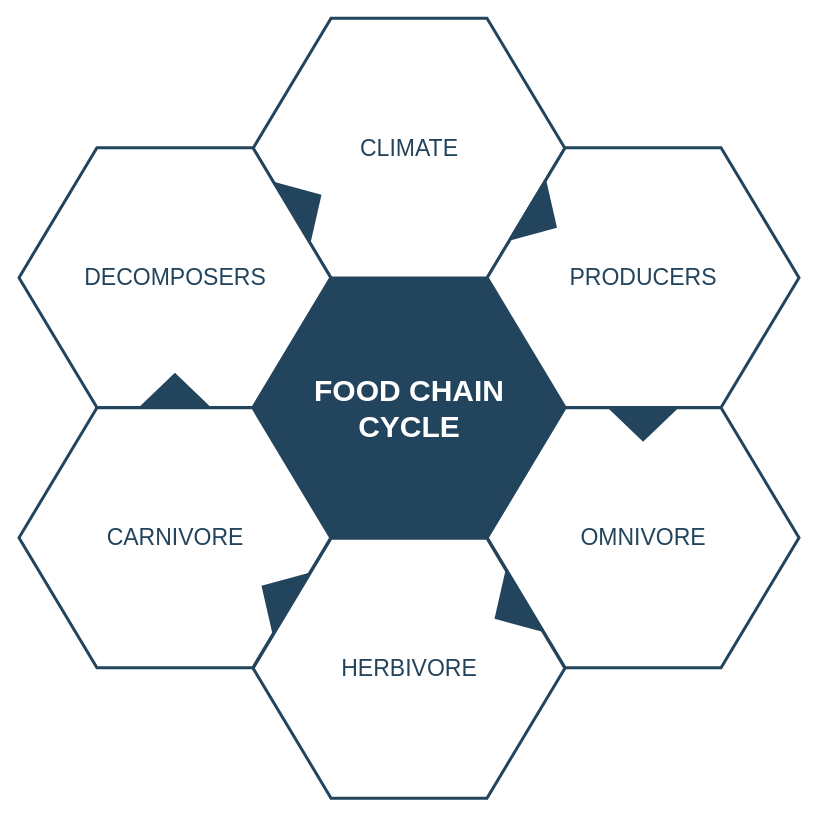
This is images/Диаграмма без названия.drawio from vlarobbyk/helloworld-pygame, a draw.io file, before an edit. Source tidied: cells renumbered, new cells numbered last; positions are measured from the earlier drawing's top-left corner, leaving out a move shared by most shapes. Both pictures are drawn from the tidied source at 100%, with x=0, y=0 at pixel (18, 18).
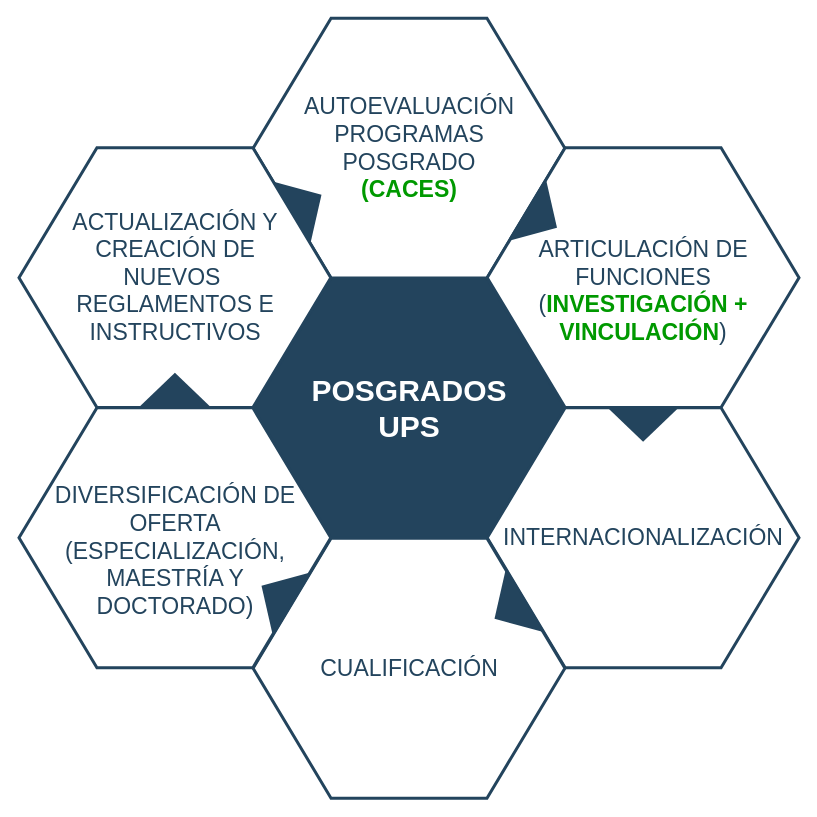
The same page after the edit.

Diff of the diagram source:
```diff
@@
 <mxGraphModel>
   <root>
     <mxCell id="0" />
     <mxCell id="1" parent="0" />
-    <mxCell id="2" value="&lt;font style=&quot;font-size: 30px&quot; color=&quot;#ffffff&quot;&gt;&lt;b&gt;&lt;span&gt;FOOD CHAIN&lt;/span&gt;&lt;br&gt;&lt;span&gt;CYCLE&lt;/span&gt;&lt;/b&gt;&lt;/font&gt;&lt;br&gt;" style="shape=hexagon;perimeter=hexagonPerimeter2;whiteSpace=wrap;html=1;shadow=0;labelBackgroundColor=none;strokeColor=#23445D;fillColor=#23445D;gradientColor=none;fontFamily=Helvetica;fontSize=23;fontColor=#23445d;align=center;strokeWidth=3;" parent="1" vertex="1">
+    <mxCell id="2" value="&lt;font color=&quot;#ffffff&quot;&gt;&lt;span style=&quot;font-size: 30px;&quot;&gt;&lt;b&gt;POSGRADOS&lt;/b&gt;&lt;/span&gt;&lt;/font&gt;&lt;div&gt;&lt;font color=&quot;#ffffff&quot;&gt;&lt;span style=&quot;font-size: 30px;&quot;&gt;&lt;b&gt;UPS&lt;/b&gt;&lt;/span&gt;&lt;/font&gt;&lt;/div&gt;" style="shape=hexagon;perimeter=hexagonPerimeter2;whiteSpace=wrap;html=1;shadow=0;labelBackgroundColor=none;strokeColor=#23445D;fillColor=#23445D;gradientColor=none;fontFamily=Helvetica;fontSize=23;fontColor=#23445d;align=center;strokeWidth=3;" parent="1" vertex="1">
       <mxGeometry x="234.6" y="259.8" width="311.8" height="259.9" as="geometry" />
     </mxCell>
     <mxCell id="3" style="triangle;whiteSpace=wrap;html=1;shadow=0;labelBackgroundColor=none;strokeColor=none;fillColor=#FFFFFF;fontFamily=Helvetica;fontSize=17;fontColor=#23445d;align=center;rotation=90;gradientColor=none;flipV=1;flipH=1;opacity=20;" parent="1" vertex="1">
       <mxGeometry x="115.5" y="277.7" width="72" height="152" as="geometry" />
     </mxCell>
-    <mxCell id="4" value="&lt;font style=&quot;font-size: 23px&quot;&gt;CLIMATE&lt;/font&gt;" style="shape=hexagon;perimeter=hexagonPerimeter2;whiteSpace=wrap;html=1;shadow=0;labelBackgroundColor=none;strokeColor=#23445D;fillColor=#ffffff;gradientColor=none;fontFamily=Helvetica;fontSize=23;fontColor=#23445D;align=center;strokeWidth=3;" parent="1" vertex="1">
+    <mxCell id="4" value="&lt;font style=&quot;font-size: 23px&quot;&gt;AUTOEVALUACIÓN&lt;/font&gt;&lt;div&gt;&lt;font style=&quot;font-size: 23px&quot;&gt;PROGRAMAS&lt;/font&gt;&lt;/div&gt;&lt;div&gt;&lt;font style=&quot;font-size: 23px&quot;&gt;POSGRADO&lt;/font&gt;&lt;/div&gt;&lt;div&gt;&lt;font style=&quot;font-size: 23px;&quot;&gt;&lt;b style=&quot;&quot;&gt;&lt;font style=&quot;color: light-dark(rgb(0, 153, 0), rgb(237, 237, 237));&quot;&gt;(CACES)&lt;/font&gt;&lt;/b&gt;&lt;/font&gt;&lt;/div&gt;" style="shape=hexagon;perimeter=hexagonPerimeter2;whiteSpace=wrap;html=1;shadow=0;labelBackgroundColor=none;strokeColor=#23445D;fillColor=#ffffff;gradientColor=none;fontFamily=Helvetica;fontSize=23;fontColor=#23445D;align=center;strokeWidth=3;" parent="1" vertex="1">
       <mxGeometry x="234.6" y="-0.3" width="311.8" height="259.9" as="geometry" />
     </mxCell>
-    <mxCell id="5" value="&lt;font style=&quot;font-size: 23px&quot;&gt;PRODUCERS&lt;/font&gt;" style="shape=hexagon;perimeter=hexagonPerimeter2;whiteSpace=wrap;html=1;shadow=0;labelBackgroundColor=none;strokeColor=#23445D;fillColor=#FFFFFF;gradientColor=none;fontFamily=Helvetica;fontSize=23;fontColor=#23445d;align=center;strokeWidth=3;" parent="1" vertex="1">
+    <mxCell id="5" value="&lt;div&gt;&lt;font style=&quot;font-size: 23px&quot;&gt;&lt;br&gt;&lt;/font&gt;&lt;/div&gt;&lt;font style=&quot;font-size: 23px&quot;&gt;ARTICULACIÓN DE&lt;/font&gt;&lt;div&gt;&lt;font style=&quot;font-size: 23px&quot;&gt;FUNCIONES&lt;/font&gt;&lt;/div&gt;&lt;div&gt;&lt;font style=&quot;font-size: 23px&quot;&gt;(&lt;font style=&quot;color: rgb(0, 153, 0);&quot;&gt;&lt;b&gt;INVESTIGACIÓN +&lt;/b&gt;&lt;/font&gt;&lt;/font&gt;&lt;/div&gt;&lt;div&gt;&lt;font style=&quot;font-size: 23px&quot;&gt;&lt;font style=&quot;color: rgb(0, 153, 0);&quot;&gt;&lt;b&gt;VINCULACIÓN&lt;/b&gt;&lt;/font&gt;)&lt;/font&gt;&lt;/div&gt;" style="shape=hexagon;perimeter=hexagonPerimeter2;whiteSpace=wrap;html=1;shadow=0;labelBackgroundColor=none;strokeColor=#23445D;fillColor=#FFFFFF;gradientColor=none;fontFamily=Helvetica;fontSize=23;fontColor=#23445d;align=center;strokeWidth=3;" parent="1" vertex="1">
       <mxGeometry x="468.7" y="129.2" width="311.8" height="259.9" as="geometry" />
     </mxCell>
-    <mxCell id="6" value="&lt;font style=&quot;font-size: 23px&quot;&gt;OMNIVORE&lt;/font&gt;" style="shape=hexagon;perimeter=hexagonPerimeter2;whiteSpace=wrap;html=1;shadow=0;labelBackgroundColor=none;strokeColor=#23445D;fillColor=#FFFFFF;gradientColor=none;fontFamily=Helvetica;fontSize=23;fontColor=#23445d;align=center;strokeWidth=3;" parent="1" vertex="1">
+    <mxCell id="6" value="&lt;font style=&quot;font-size: 23px&quot;&gt;INTERNACIONALIZACIÓN&lt;/font&gt;" style="shape=hexagon;perimeter=hexagonPerimeter2;whiteSpace=wrap;html=1;shadow=0;labelBackgroundColor=none;strokeColor=#23445D;fillColor=#FFFFFF;gradientColor=none;fontFamily=Helvetica;fontSize=23;fontColor=#23445d;align=center;strokeWidth=3;" parent="1" vertex="1">
       <mxGeometry x="468.7" y="389.3" width="311.8" height="259.9" as="geometry" />
     </mxCell>
-    <mxCell id="7" value="&lt;font style=&quot;font-size: 23px&quot;&gt;HERBIVORE&lt;/font&gt;" style="shape=hexagon;perimeter=hexagonPerimeter2;whiteSpace=wrap;html=1;shadow=0;labelBackgroundColor=none;strokeColor=#23445D;fillColor=#FFFFFF;gradientColor=none;fontFamily=Helvetica;fontSize=23;fontColor=#23445d;align=center;strokeWidth=3;" parent="1" vertex="1">
+    <mxCell id="7" value="&lt;font style=&quot;font-size: 23px&quot;&gt;CUALIFICACIÓN&lt;/font&gt;" style="shape=hexagon;perimeter=hexagonPerimeter2;whiteSpace=wrap;html=1;shadow=0;labelBackgroundColor=none;strokeColor=#23445D;fillColor=#FFFFFF;gradientColor=none;fontFamily=Helvetica;fontSize=23;fontColor=#23445d;align=center;strokeWidth=3;" parent="1" vertex="1">
       <mxGeometry x="234.6" y="519.8" width="311.8" height="259.9" as="geometry" />
     </mxCell>
-    <mxCell id="8" value="&lt;font style=&quot;font-size: 23px&quot;&gt;CARNIVORE&lt;/font&gt;" style="shape=hexagon;perimeter=hexagonPerimeter2;whiteSpace=wrap;html=1;shadow=0;labelBackgroundColor=none;strokeColor=#23445D;fillColor=#FFFFFF;gradientColor=none;fontFamily=Helvetica;fontSize=23;fontColor=#23445d;align=center;strokeWidth=3;" parent="1" vertex="1">
+    <mxCell id="8" value="&lt;div&gt;&lt;br&gt;&lt;/div&gt;DIVERSIFICACIÓN DE&lt;div&gt;OFERTA&lt;/div&gt;&lt;div&gt;(ESPECIALIZACIÓN,&lt;/div&gt;&lt;div&gt;MAESTRÍA Y&lt;/div&gt;&lt;div&gt;DOCTORADO)&lt;/div&gt;" style="shape=hexagon;perimeter=hexagonPerimeter2;whiteSpace=wrap;html=1;shadow=0;labelBackgroundColor=none;strokeColor=#23445D;fillColor=#FFFFFF;gradientColor=none;fontFamily=Helvetica;fontSize=23;fontColor=#23445d;align=center;strokeWidth=3;" parent="1" vertex="1">
       <mxGeometry x="0.5" y="389.3" width="311.8" height="259.9" as="geometry" />
     </mxCell>
-    <mxCell id="9" value="&lt;font style=&quot;font-size: 23px;&quot;&gt;DECOMPOSERS&lt;/font&gt;" style="shape=hexagon;perimeter=hexagonPerimeter2;whiteSpace=wrap;html=1;shadow=0;labelBackgroundColor=none;strokeColor=#23445D;fillColor=#ffffff;gradientColor=none;fontFamily=Helvetica;fontSize=23;fontColor=#23445D;align=center;strokeWidth=3;" parent="1" vertex="1">
+    <mxCell id="9" value="ACTUALIZACIÓN Y&lt;div&gt;CREACIÓN DE&lt;/div&gt;&lt;div&gt;NUEVOS&amp;nbsp;&lt;/div&gt;&lt;div&gt;REGLAMENTOS E&lt;/div&gt;&lt;div&gt;INSTRUCTIVOS&lt;/div&gt;" style="shape=hexagon;perimeter=hexagonPerimeter2;whiteSpace=wrap;html=1;shadow=0;labelBackgroundColor=none;strokeColor=#23445D;fillColor=#ffffff;gradientColor=none;fontFamily=Helvetica;fontSize=23;fontColor=#23445D;align=center;strokeWidth=3;" parent="1" vertex="1">
       <mxGeometry x="0.5" y="129.2" width="311.8" height="259.9" as="geometry" />
     </mxCell>
     <mxCell id="10" style="triangle;whiteSpace=wrap;html=1;shadow=0;labelBackgroundColor=none;strokeColor=none;fillColor=#23445D;fontFamily=Helvetica;fontSize=17;fontColor=#23445d;align=center;rotation=31;gradientColor=none;strokeWidth=3;" parent="1" vertex="1">
       <mxGeometry x="506" y="163.7" width="35" height="73" as="geometry" />
     </mxCell>
     <mxCell id="11" style="triangle;whiteSpace=wrap;html=1;shadow=0;labelBackgroundColor=none;strokeColor=none;fillColor=#23445D;fontFamily=Helvetica;fontSize=17;fontColor=#23445d;align=center;rotation=31;gradientColor=none;flipH=1;strokeWidth=3;" parent="1" vertex="1">
       <mxGeometry x="240.5" y="539.7" width="35" height="73" as="geometry" />
     </mxCell>
     <mxCell id="12" style="triangle;whiteSpace=wrap;html=1;shadow=0;labelBackgroundColor=none;strokeColor=none;fillColor=#23445D;fontFamily=Helvetica;fontSize=17;fontColor=#23445d;align=center;rotation=329;gradientColor=none;strokeWidth=3;" parent="1" vertex="1">
       <mxGeometry x="270.5" y="148.7" width="35" height="73" as="geometry" />
     </mxCell>
     <mxCell id="13" style="triangle;whiteSpace=wrap;html=1;shadow=0;labelBackgroundColor=none;strokeColor=none;fillColor=#23445D;fontFamily=Helvetica;fontSize=17;fontColor=#23445d;align=center;rotation=329;gradientColor=none;flipH=1;strokeWidth=3;" parent="1" vertex="1">
       <mxGeometry x="473.5" y="554.7" width="35" height="73" as="geometry" />
     </mxCell>
     <mxCell id="14" style="triangle;whiteSpace=wrap;html=1;shadow=0;labelBackgroundColor=none;strokeColor=none;fillColor=#23445D;fontFamily=Helvetica;fontSize=17;fontColor=#23445d;align=center;rotation=90;gradientColor=none;strokeWidth=3;" parent="1" vertex="1">
       <mxGeometry x="607.1" y="369.2" width="35" height="73" as="geometry" />
     </mxCell>
     <mxCell id="15" style="triangle;whiteSpace=wrap;html=1;shadow=0;labelBackgroundColor=none;strokeColor=none;fillColor=#23445D;fontFamily=Helvetica;fontSize=17;fontColor=#23445d;align=center;rotation=90;gradientColor=none;flipH=1;strokeWidth=3;" parent="1" vertex="1">
       <mxGeometry x="138.9" y="335.2" width="35" height="73" as="geometry" />
     </mxCell>
   </root>
 </mxGraphModel>
```
